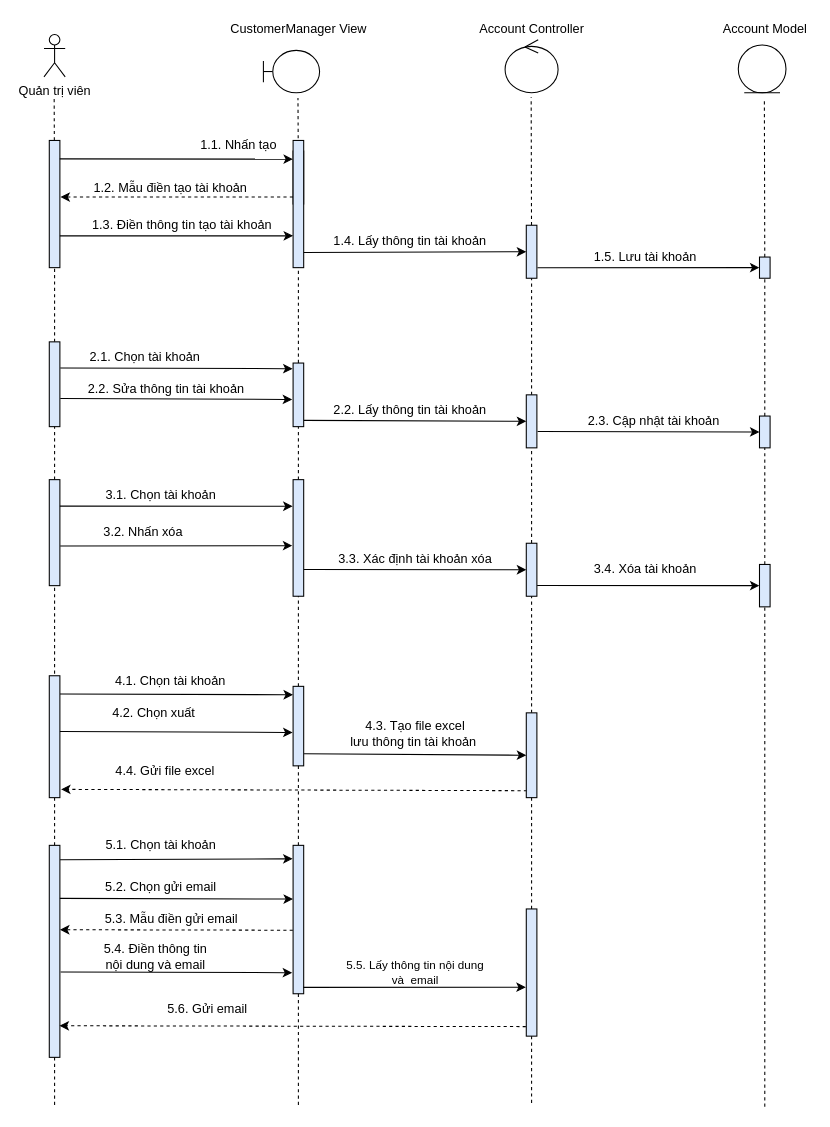
EdgarIgnite16/SGU-Course keeps this draw.io diagram as Nam3_HK1/CNPM_SoftTech/Sequence Diagrams/Quân Huỳnh/SD_QuảnLíKháchHàng.drawio. Above is the earlier version. Source tidied: cells renumbered, new cells numbered last; positions are measured from the earlier drawing's top-left corner, leaving out a move shared by most shapes. Both pictures are drawn from the tidied source at 106%, with x=0, y=0 at pixel (43, 18).
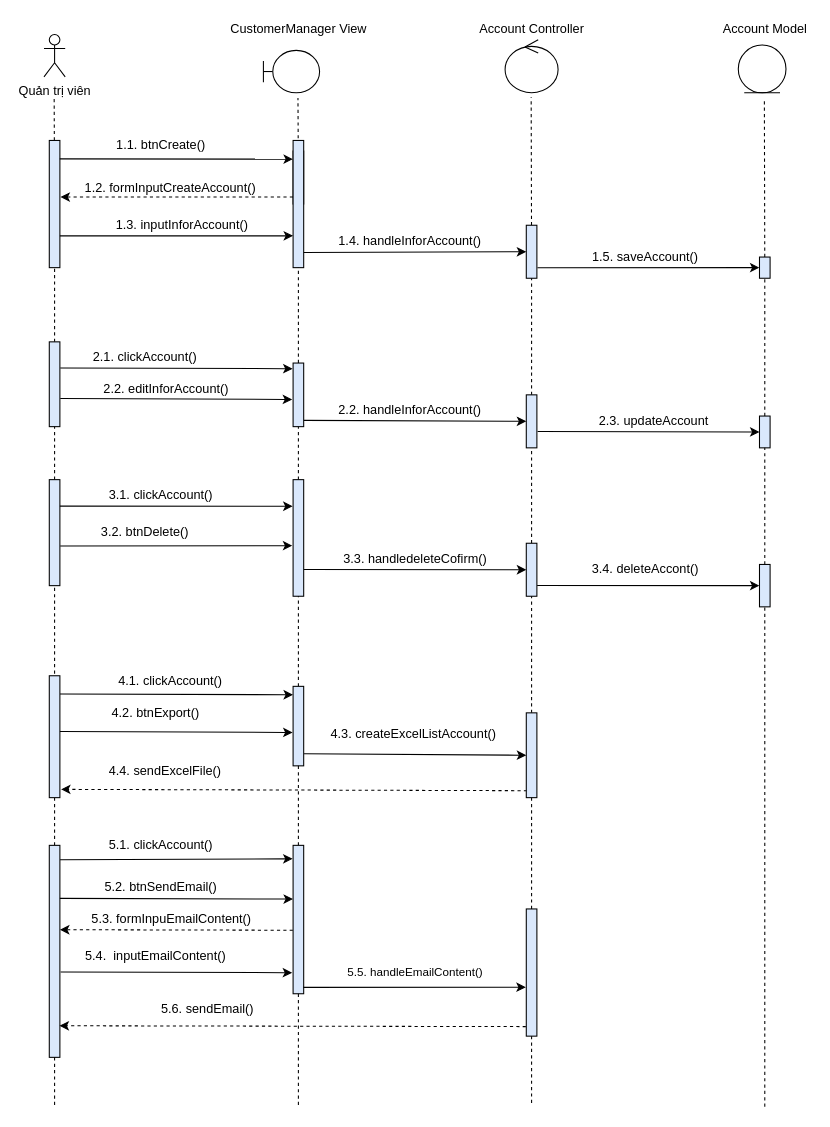
The same diagram, later.

What changed in the source:
```diff
@@
-    <mxCell id="11" value="1.1. Nhấn tạo&amp;nbsp;" style="text;html=1;align=center;verticalAlign=middle;strokeColor=none;fillColor=none;" parent="1" vertex="1">
-      <mxGeometry x="135" y="105" width="100" height="30" as="geometry" />
+    <mxCell id="11" value="1.1. btnCreate()" style="text;html=1;align=center;verticalAlign=middle;strokeColor=none;fillColor=none;" parent="1" vertex="1">
+      <mxGeometry x="60" y="110" width="100" height="20" as="geometry" />
     </mxCell>
@@
-    <mxCell id="24" value="1.2. Mẫu điền tạo tài khoản" style="text;html=1;align=center;verticalAlign=middle;strokeColor=none;fillColor=none;fontSize=12;" parent="1" vertex="1">
-      <mxGeometry x="34" y="145" width="170" height="30" as="geometry" />
+    <mxCell id="24" value="1.2. formInputCreateAccount()" style="text;html=1;align=center;verticalAlign=middle;strokeColor=none;fillColor=none;fontSize=12;" parent="1" vertex="1">
+      <mxGeometry x="29" y="150" width="180" height="20" as="geometry" />
     </mxCell>
-    <mxCell id="25" value="1.3. Điền thông tin tạo tài khoản" style="text;html=1;align=center;verticalAlign=middle;strokeColor=none;fillColor=none;fontSize=12;" parent="1" vertex="1">
-      <mxGeometry x="35" y="180" width="190" height="30" as="geometry" />
+    <mxCell id="25" value="1.3. inputInforAccount()" style="text;html=1;align=center;verticalAlign=middle;strokeColor=none;fillColor=none;fontSize=12;" parent="1" vertex="1">
+      <mxGeometry x="60" y="185" width="140" height="20" as="geometry" />
     </mxCell>
@@
-    <mxCell id="27" value="1.4. Lấy thông tin tài khoản" style="text;html=1;align=center;verticalAlign=middle;strokeColor=none;fillColor=none;fontSize=12;" parent="1" vertex="1">
-      <mxGeometry x="260" y="195" width="170" height="30" as="geometry" />
+    <mxCell id="27" value="1.4. handleInforAccount()" style="text;html=1;align=center;verticalAlign=middle;strokeColor=none;fillColor=none;fontSize=12;" parent="1" vertex="1">
+      <mxGeometry x="265" y="195" width="160" height="30" as="geometry" />
     </mxCell>
@@
-    <mxCell id="29" value="1.5. Lưu tài khoản" style="text;html=1;align=center;verticalAlign=middle;strokeColor=none;fillColor=none;fontSize=12;" parent="1" vertex="1">
-      <mxGeometry x="507" y="210" width="120" height="30" as="geometry" />
+    <mxCell id="29" value="1.5. saveAccount()" style="text;html=1;align=center;verticalAlign=middle;strokeColor=none;fillColor=none;fontSize=12;" parent="1" vertex="1">
+      <mxGeometry x="507" y="215" width="120" height="20" as="geometry" />
     </mxCell>
@@
-    <mxCell id="35" value="2.1. Chọn tài khoản" style="text;html=1;align=center;verticalAlign=middle;strokeColor=none;fillColor=none;fontSize=12;" parent="1" vertex="1">
-      <mxGeometry x="30" y="305" width="130" height="30" as="geometry" />
+    <mxCell id="35" value="2.1. clickAccount()" style="text;html=1;align=center;verticalAlign=middle;strokeColor=none;fillColor=none;fontSize=12;" parent="1" vertex="1">
+      <mxGeometry x="40" y="310" width="110" height="20" as="geometry" />
     </mxCell>
@@
-    <mxCell id="39" value="2.2. Lấy thông tin tài khoản" style="text;html=1;align=center;verticalAlign=middle;strokeColor=none;fillColor=none;" parent="1" vertex="1">
-      <mxGeometry x="260" y="355" width="170" height="30" as="geometry" />
+    <mxCell id="39" value="2.2. handleInforAccount()" style="text;html=1;align=center;verticalAlign=middle;strokeColor=none;fillColor=none;" parent="1" vertex="1">
+      <mxGeometry x="265" y="355" width="160" height="30" as="geometry" />
     </mxCell>
@@
-    <mxCell id="45" value="3.1. Chọn tài khoản" style="text;html=1;align=center;verticalAlign=middle;strokeColor=none;fillColor=none;" parent="1" vertex="1">
-      <mxGeometry x="45" y="435" width="130" height="30" as="geometry" />
+    <mxCell id="45" value="3.1. clickAccount()" style="text;html=1;align=center;verticalAlign=middle;strokeColor=none;fillColor=none;" parent="1" vertex="1">
+      <mxGeometry x="55" y="440" width="110" height="20" as="geometry" />
     </mxCell>
@@
-    <mxCell id="47" value="3.2. Nhấn xóa&amp;nbsp;" style="text;html=1;align=center;verticalAlign=middle;strokeColor=none;fillColor=none;" parent="1" vertex="1">
-      <mxGeometry x="45" y="470" width="100" height="30" as="geometry" />
+    <mxCell id="47" value="3.2. btnDelete()" style="text;html=1;align=center;verticalAlign=middle;strokeColor=none;fillColor=none;" parent="1" vertex="1">
+      <mxGeometry x="45" y="475" width="100" height="20" as="geometry" />
     </mxCell>
@@
-    <mxCell id="51" value="3.3. Xác định tài khoản xóa" style="text;html=1;align=center;verticalAlign=middle;strokeColor=none;fillColor=none;" parent="1" vertex="1">
-      <mxGeometry x="265" y="495" width="170" height="30" as="geometry" />
+    <mxCell id="51" value="3.3. handledeleteCofirm()" style="text;html=1;align=center;verticalAlign=middle;strokeColor=none;fillColor=none;" parent="1" vertex="1">
+      <mxGeometry x="270" y="495" width="160" height="30" as="geometry" />
     </mxCell>
@@
-    <mxCell id="55" value="3.4. Xóa tài khoản" style="text;html=1;align=center;verticalAlign=middle;strokeColor=none;fillColor=none;" parent="1" vertex="1">
-      <mxGeometry x="507" y="505" width="120" height="30" as="geometry" />
+    <mxCell id="55" value="3.4. deleteAccont()" style="text;html=1;align=center;verticalAlign=middle;strokeColor=none;fillColor=none;" parent="1" vertex="1">
+      <mxGeometry x="507" y="510" width="120" height="20" as="geometry" />
     </mxCell>
@@
-    <mxCell id="57" value="2.2. Sửa thông tin tài khoản" style="text;html=1;align=center;verticalAlign=middle;strokeColor=none;fillColor=none;" parent="1" vertex="1">
-      <mxGeometry x="30" y="335" width="170" height="30" as="geometry" />
+    <mxCell id="57" value="2.2. editInforAccount()" style="text;html=1;align=center;verticalAlign=middle;strokeColor=none;fillColor=none;" parent="1" vertex="1">
+      <mxGeometry x="50" y="340" width="130" height="20" as="geometry" />
     </mxCell>
@@
-    <mxCell id="62" value="4.1. Chọn tài khoản" style="text;html=1;align=center;verticalAlign=middle;strokeColor=none;fillColor=none;" parent="1" vertex="1">
-      <mxGeometry x="54" y="610" width="130" height="30" as="geometry" />
+    <mxCell id="62" value="4.1. clickAccount()" style="text;html=1;align=center;verticalAlign=middle;strokeColor=none;fillColor=none;" parent="1" vertex="1">
+      <mxGeometry x="64" y="615" width="110" height="20" as="geometry" />
     </mxCell>
@@
-    <mxCell id="64" value="4.3. Tạo file excel &lt;br&gt;lưu thông tin tài khoản&amp;nbsp;" style="text;html=1;align=center;verticalAlign=middle;strokeColor=none;fillColor=none;" parent="1" vertex="1">
-      <mxGeometry x="275" y="655" width="150" height="40" as="geometry" />
+    <mxCell id="64" value="4.3. createExcelListAccount()&amp;nbsp;" style="text;html=1;align=center;verticalAlign=middle;strokeColor=none;fillColor=none;" parent="1" vertex="1">
+      <mxGeometry x="265" y="665" width="170" height="20" as="geometry" />
     </mxCell>
@@
-    <mxCell id="68" value="2.3. Cập nhật tài khoản" style="text;html=1;align=center;verticalAlign=middle;strokeColor=none;fillColor=none;" parent="1" vertex="1">
-      <mxGeometry x="500" y="365" width="150" height="30" as="geometry" />
+    <mxCell id="68" value="2.3. updateAccount" style="text;html=1;align=center;verticalAlign=middle;strokeColor=none;fillColor=none;" parent="1" vertex="1">
+      <mxGeometry x="515" y="370" width="120" height="20" as="geometry" />
     </mxCell>
@@
-    <mxCell id="71" value="4.4. Gửi file excel" style="text;html=1;align=center;verticalAlign=middle;strokeColor=none;fillColor=none;" parent="1" vertex="1">
-      <mxGeometry x="54" y="695" width="120" height="30" as="geometry" />
+    <mxCell id="71" value="4.4. sendExcelFile()" style="text;html=1;align=center;verticalAlign=middle;strokeColor=none;fillColor=none;" parent="1" vertex="1">
+      <mxGeometry x="54" y="700" width="120" height="20" as="geometry" />
     </mxCell>
@@
-    <mxCell id="73" value="4.2. Chọn xuất&amp;nbsp;" style="text;html=1;align=center;verticalAlign=middle;strokeColor=none;fillColor=none;" parent="1" vertex="1">
-      <mxGeometry x="55" y="640" width="100" height="30" as="geometry" />
+    <mxCell id="73" value="4.2. btnExport()" style="text;html=1;align=center;verticalAlign=middle;strokeColor=none;fillColor=none;" parent="1" vertex="1">
+      <mxGeometry x="55" y="645" width="100" height="20" as="geometry" />
     </mxCell>
@@
-    <mxCell id="77" value="5.1. Chọn tài khoản" style="text;html=1;align=center;verticalAlign=middle;strokeColor=none;fillColor=none;" parent="1" vertex="1">
-      <mxGeometry x="45" y="765" width="130" height="30" as="geometry" />
+    <mxCell id="77" value="5.1. clickAccount()" style="text;html=1;align=center;verticalAlign=middle;strokeColor=none;fillColor=none;" parent="1" vertex="1">
+      <mxGeometry x="55" y="770" width="110" height="20" as="geometry" />
     </mxCell>
@@
-    <mxCell id="79" value="5.2. Chọn gửi email" style="text;html=1;align=center;verticalAlign=middle;strokeColor=none;fillColor=none;" parent="1" vertex="1">
-      <mxGeometry x="45" y="805" width="130" height="30" as="geometry" />
+    <mxCell id="79" value="5.2. btnSendEmail()" style="text;html=1;align=center;verticalAlign=middle;strokeColor=none;fillColor=none;" parent="1" vertex="1">
+      <mxGeometry x="50" y="810" width="120" height="20" as="geometry" />
     </mxCell>
@@
-    <mxCell id="81" value="5.3. Mẫu điền gửi email" style="text;html=1;align=center;verticalAlign=middle;strokeColor=none;fillColor=none;" parent="1" vertex="1">
-      <mxGeometry x="45" y="835" width="150" height="30" as="geometry" />
+    <mxCell id="81" value="5.3. formInpuEmailContent()" style="text;html=1;align=center;verticalAlign=middle;strokeColor=none;fillColor=none;" parent="1" vertex="1">
+      <mxGeometry x="35" y="840" width="170" height="20" as="geometry" />
     </mxCell>
@@
-    <mxCell id="83" value="5.4. Điền thông tin &lt;br&gt;nội dung và email" style="text;html=1;align=center;verticalAlign=middle;strokeColor=none;fillColor=none;" parent="1" vertex="1">
-      <mxGeometry x="45" y="865" width="120" height="40" as="geometry" />
+    <mxCell id="83" value="5.4.&amp;nbsp; inputEmailContent()" style="text;html=1;align=center;verticalAlign=middle;strokeColor=none;fillColor=none;" parent="1" vertex="1">
+      <mxGeometry x="30" y="875" width="150" height="20" as="geometry" />
     </mxCell>
@@
-    <mxCell id="85" value="5.5. Lấy thông tin nội dung&lt;br&gt;và&amp;nbsp; email" style="text;html=1;align=center;verticalAlign=middle;strokeColor=none;fillColor=none;fontSize=11;" parent="1" vertex="1">
-      <mxGeometry x="275" y="880" width="150" height="40" as="geometry" />
+    <mxCell id="85" value="5.5. handleEmailContent()" style="text;html=1;align=center;verticalAlign=middle;strokeColor=none;fillColor=none;fontSize=11;" parent="1" vertex="1">
+      <mxGeometry x="275" y="885" width="150" height="30" as="geometry" />
     </mxCell>
@@
-    <mxCell id="87" value="5.6. Gửi email" style="text;html=1;align=center;verticalAlign=middle;strokeColor=none;fillColor=none;fontSize=12;" parent="1" vertex="1">
-      <mxGeometry x="104" y="920" width="100" height="30" as="geometry" />
+    <mxCell id="87" value="5.6. sendEmail()" style="text;html=1;align=center;verticalAlign=middle;strokeColor=none;fillColor=none;fontSize=12;" parent="1" vertex="1">
+      <mxGeometry x="104" y="925" width="100" height="20" as="geometry" />
     </mxCell>
```
